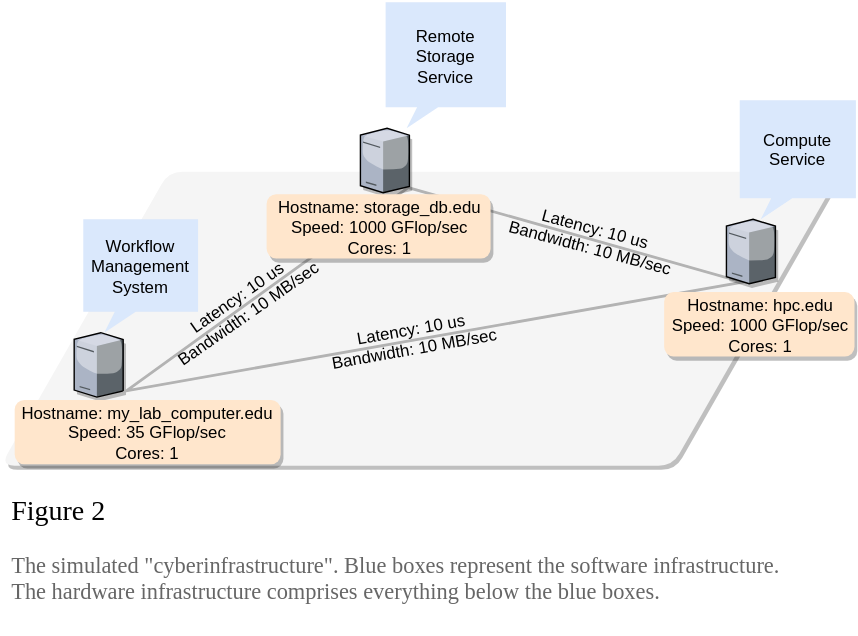
Earlier version of the draw.io export docs/public/img/workflow_execution_fundamentals/platform.svg (wrench-project/wrench-pedagogic-modules). Source tidied: cells renumbered, new cells last; positions are measured from the earlier drawing's top-left corner, leaving out a move shared by most shapes.
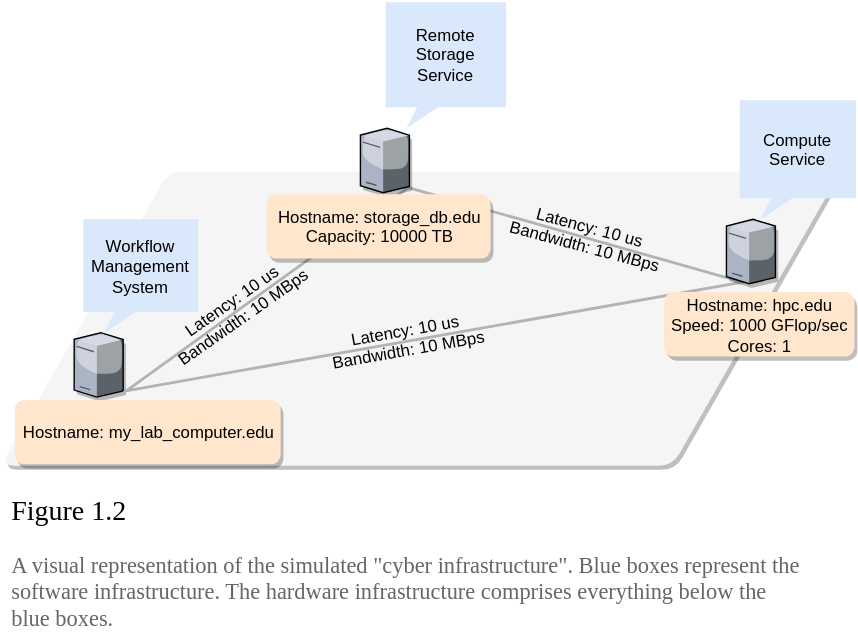
After the commit.

What changed in the source:
```diff
@@ -17,10 +17,10 @@
     <mxCell id="6" value="&lt;div style=&quot;text-align: left&quot;&gt;&lt;br&gt;&lt;/div&gt;" style="verticalLabelPosition=bottom;html=1;verticalAlign=top;strokeColor=none;align=center;shape=mxgraph.citrix.tower_server;shadow=1;" parent="1" vertex="1">
       <mxGeometry x="257" y="128" width="35" height="46" as="geometry" />
     </mxCell>
-    <mxCell id="7" value="&lt;div&gt;&lt;span&gt;Hostname: my_lab_computer.edu&lt;/span&gt;&lt;/div&gt;&lt;div&gt;&lt;span&gt;Speed: 1000 GFlop/sec&lt;/span&gt;&lt;/div&gt;&lt;div&gt;&lt;span&gt;Cores: 1&lt;/span&gt;&lt;/div&gt;" style="rounded=1;whiteSpace=wrap;html=1;fillColor=#ffe6cc;strokeColor=none;shadow=1;" parent="1" vertex="1">
+    <mxCell id="7" value="&lt;div&gt;&lt;span&gt;Hostname: my_lab_computer.edu&lt;/span&gt;&lt;/div&gt;" style="rounded=1;whiteSpace=wrap;html=1;fillColor=#ffe6cc;strokeColor=none;shadow=1;" parent="1" vertex="1">
       <mxGeometry x="10" y="322" width="190" height="46" as="geometry" />
     </mxCell>
-    <mxCell id="8" value="&lt;div&gt;&lt;span&gt;Hostname: storage_db.edu&lt;/span&gt;&lt;/div&gt;&lt;div&gt;&lt;span&gt;Speed: 1000 GFlop/sec&lt;/span&gt;&lt;/div&gt;&lt;div&gt;&lt;span&gt;Cores: 1&lt;/span&gt;&lt;/div&gt;" style="rounded=1;whiteSpace=wrap;html=1;fillColor=#ffe6cc;strokeColor=none;shadow=1;" parent="1" vertex="1">
+    <mxCell id="8" value="&lt;div&gt;&lt;span&gt;Hostname: storage_db.edu&lt;/span&gt;&lt;/div&gt;Capacity: 10000 TB" style="rounded=1;whiteSpace=wrap;html=1;fillColor=#ffe6cc;strokeColor=none;shadow=1;" parent="1" vertex="1">
       <mxGeometry x="190" y="175" width="160" height="46" as="geometry" />
     </mxCell>
     <mxCell id="9" value="&lt;div&gt;&lt;span&gt;Hostname: hpc.edu&lt;/span&gt;&lt;/div&gt;&lt;div&gt;&lt;span&gt;Speed: 1000 GFlop/sec&lt;/span&gt;&lt;/div&gt;&lt;div&gt;&lt;span&gt;Cores: 1&lt;/span&gt;&lt;/div&gt;" style="rounded=1;whiteSpace=wrap;html=1;fillColor=#ffe6cc;strokeColor=none;gradientColor=none;shadow=1;" parent="1" vertex="1">
```
